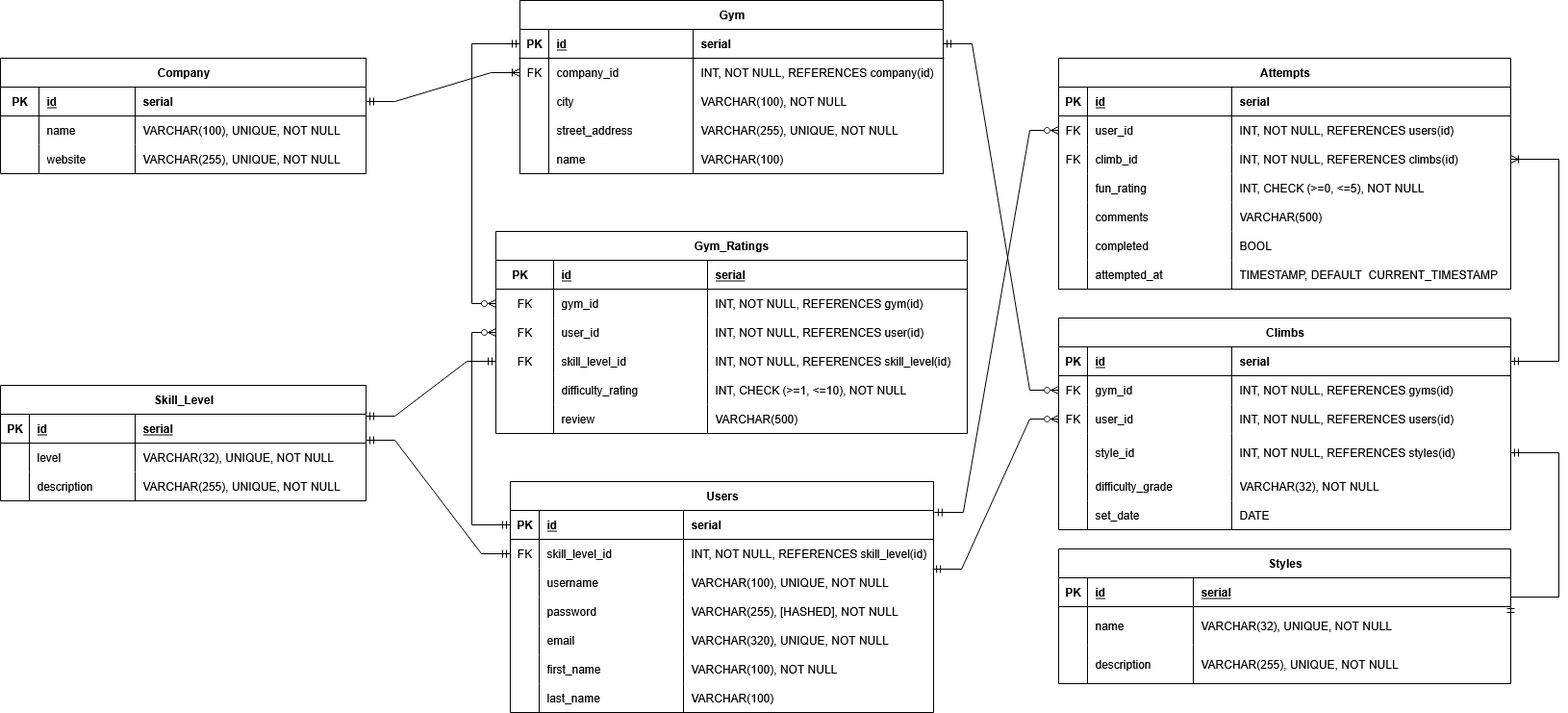
Before: assets/images/Climbing-Tracker-ERD-Finalised.png, a diagram exported from draw.io (truth-josstice/dev1002_assessment03). Source tidied: cells renumbered, new cells last; positions are measured from the earlier drawing's top-left corner, leaving out a move shared by most shapes.
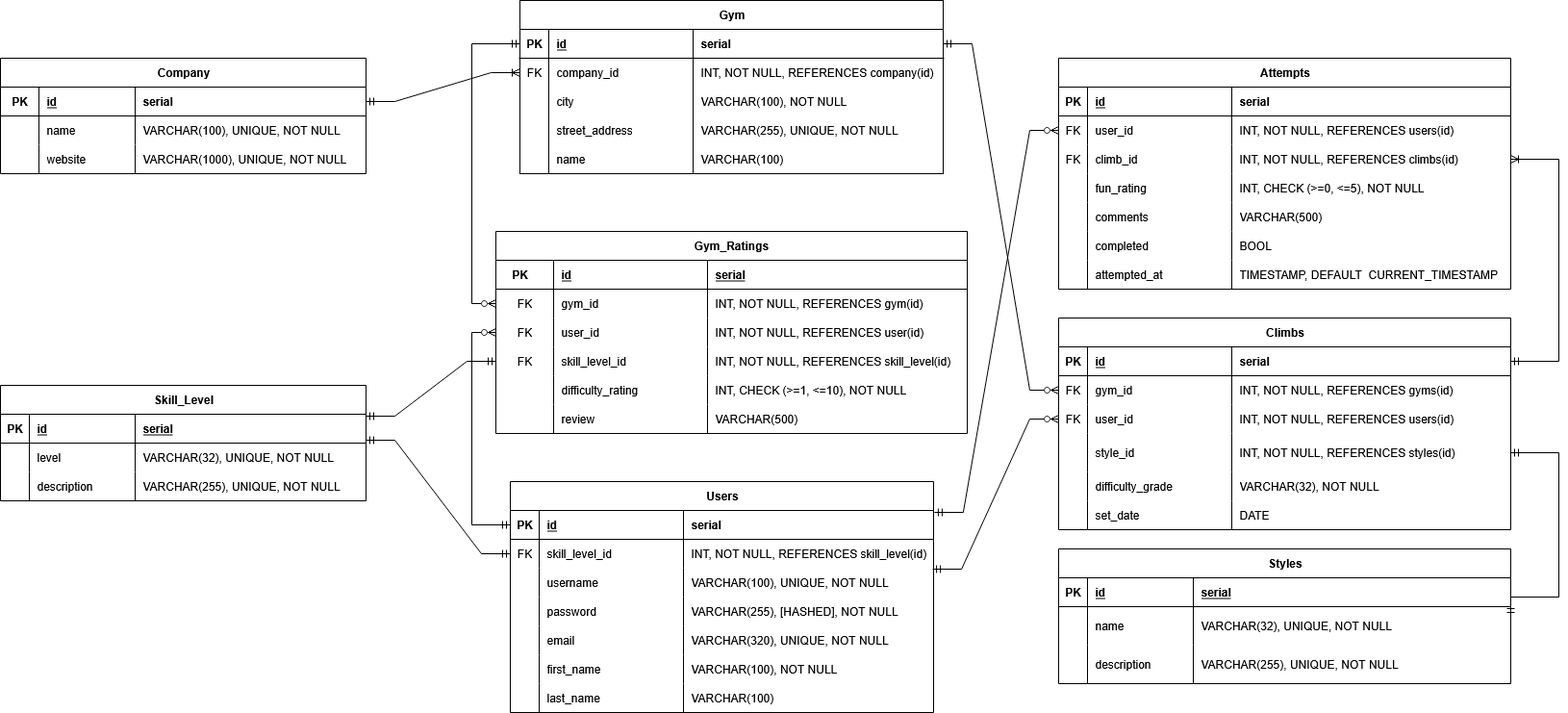
After the commit.

Change to the diagram source:
```diff
@@ -101,7 +101,7 @@
     <mxCell id="34" value="website" style="shape=partialRectangle;fillColor=none;top=0;left=0;bottom=0;right=0;align=left;spacingLeft=6;overflow=hidden;whiteSpace=wrap;html=1;" parent="32" vertex="1">
       <mxGeometry x="40" width="100" height="30" as="geometry" />
     </mxCell>
-    <mxCell id="35" value="&lt;div&gt;VARCHAR(255), UNIQUE, NOT NULL&lt;/div&gt;" style="shape=partialRectangle;fillColor=none;top=0;left=0;bottom=0;right=0;align=left;spacingLeft=6;overflow=hidden;whiteSpace=wrap;html=1;" parent="32" vertex="1">
+    <mxCell id="35" value="&lt;div&gt;VARCHAR(1000), UNIQUE, NOT NULL&lt;/div&gt;" style="shape=partialRectangle;fillColor=none;top=0;left=0;bottom=0;right=0;align=left;spacingLeft=6;overflow=hidden;whiteSpace=wrap;html=1;" parent="32" vertex="1">
       <mxGeometry x="140" width="240" height="30" as="geometry" />
     </mxCell>
     <mxCell id="36" value="Climbs" style="shape=table;startSize=30;rowLines=0;fontStyle=1;align=center;html=1;" parent="1" vertex="1">
```
